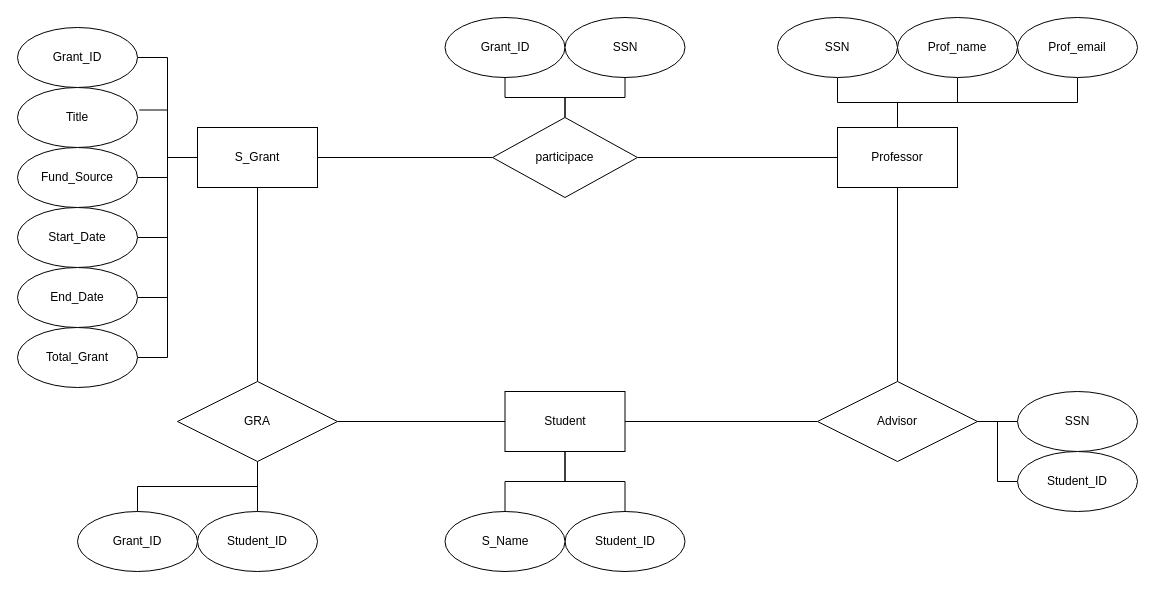
The draw.io diagram page "Page-4" (4 of 4) of Untitled Diagram.drawio in yumilor/yumilor, before the edit. Source tidied: cells renumbered, new cells numbered last; positions are measured from the earlier drawing's top-left corner, leaving out a move shared by most shapes. Both pictures are drawn from the tidied source at 100%, with x=0, y=0 at pixel (17, 17).
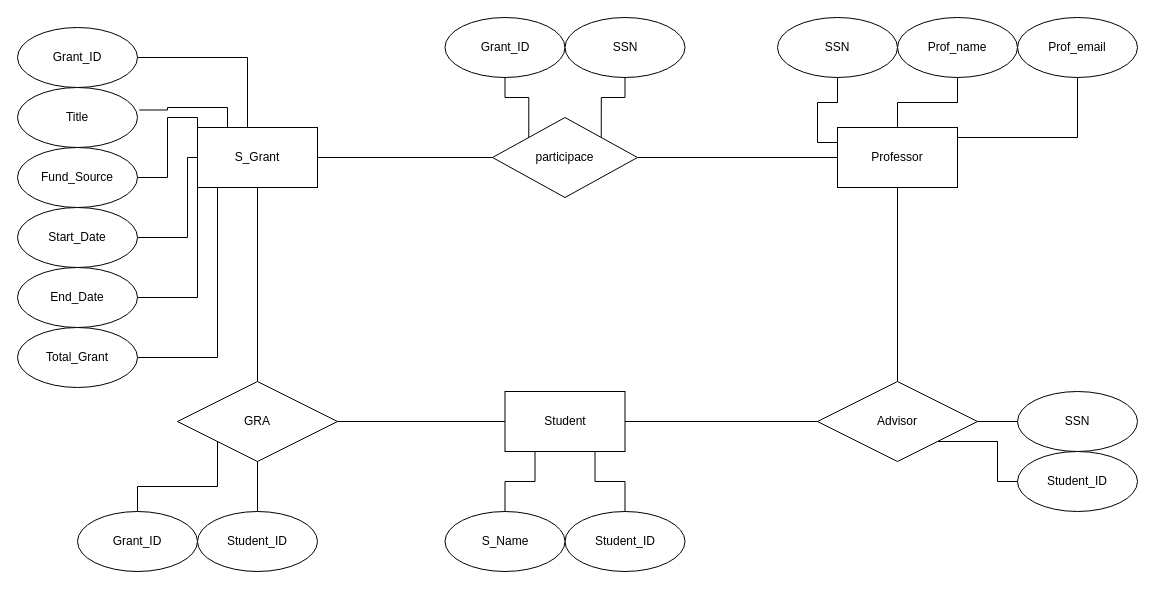
The same page after the edit.

The change refers to these unchanged cells:
```xml
<mxCell id="10" value="S_Grant" style="rounded=0;whiteSpace=wrap;html=1;" parent="1" vertex="1">
  <mxGeometry x="180" y="110" width="120" height="60" as="geometry" />
</mxCell>
<mxCell id="11" value="Grant_ID" style="ellipse;whiteSpace=wrap;html=1;rounded=0;" parent="1" vertex="1">
  <mxGeometry y="10" width="120" height="60" as="geometry" />
</mxCell>
<mxCell id="12" value="Title" style="ellipse;whiteSpace=wrap;html=1;rounded=0;" parent="1" vertex="1">
  <mxGeometry y="70" width="120" height="60" as="geometry" />
</mxCell>
<mxCell id="13" value="Fund_Source" style="ellipse;whiteSpace=wrap;html=1;rounded=0;" parent="1" vertex="1">
  <mxGeometry y="130" width="120" height="60" as="geometry" />
</mxCell>
<mxCell id="14" value="Start_Date" style="ellipse;whiteSpace=wrap;html=1;rounded=0;" parent="1" vertex="1">
  <mxGeometry y="190" width="120" height="60" as="geometry" />
</mxCell>
<mxCell id="15" value="End_Date" style="ellipse;whiteSpace=wrap;html=1;rounded=0;" parent="1" vertex="1">
  <mxGeometry y="250" width="120" height="60" as="geometry" />
</mxCell>
<mxCell id="16" value="Total_Grant" style="ellipse;whiteSpace=wrap;html=1;rounded=0;" parent="1" vertex="1">
  <mxGeometry y="310" width="120" height="60" as="geometry" />
</mxCell>
<mxCell id="20" value="participace" style="rhombus;whiteSpace=wrap;html=1;rounded=0;" parent="1" vertex="1">
  <mxGeometry x="475" y="100" width="145" height="80" as="geometry" />
</mxCell>
<mxCell id="21" value="Grant_ID" style="ellipse;whiteSpace=wrap;html=1;rounded=0;" parent="1" vertex="1">
  <mxGeometry x="427.5" width="120" height="60" as="geometry" />
</mxCell>
<mxCell id="22" value="SSN" style="ellipse;whiteSpace=wrap;html=1;rounded=0;" parent="1" vertex="1">
  <mxGeometry x="547.5" width="120" height="60" as="geometry" />
</mxCell>
<mxCell id="27" value="Professor" style="whiteSpace=wrap;html=1;rounded=0;" parent="1" vertex="1">
  <mxGeometry x="820" y="110" width="120" height="60" as="geometry" />
</mxCell>
<mxCell id="28" value="SSN" style="ellipse;whiteSpace=wrap;html=1;rounded=0;" parent="1" vertex="1">
  <mxGeometry x="760" width="120" height="60" as="geometry" />
</mxCell>
<mxCell id="30" value="Prof_email" style="ellipse;whiteSpace=wrap;html=1;rounded=0;" parent="1" vertex="1">
  <mxGeometry x="1000" width="120" height="60" as="geometry" />
</mxCell>
<mxCell id="34" value="Advisor" style="rhombus;whiteSpace=wrap;html=1;rounded=0;" parent="1" vertex="1">
  <mxGeometry x="800" y="364" width="160" height="80" as="geometry" />
</mxCell>
<mxCell id="36" value="Student_ID" style="ellipse;whiteSpace=wrap;html=1;rounded=0;" parent="1" vertex="1">
  <mxGeometry x="1000" y="434" width="120" height="60" as="geometry" />
</mxCell>
<mxCell id="39" value="Student" style="whiteSpace=wrap;html=1;rounded=0;" parent="1" vertex="1">
  <mxGeometry x="487.5" y="374" width="120" height="60" as="geometry" />
</mxCell>
<mxCell id="40" value="Student_ID" style="ellipse;whiteSpace=wrap;html=1;rounded=0;" parent="1" vertex="1">
  <mxGeometry x="547.5" y="494" width="120" height="60" as="geometry" />
</mxCell>
<mxCell id="41" value="S_Name" style="ellipse;whiteSpace=wrap;html=1;rounded=0;" parent="1" vertex="1">
  <mxGeometry x="427.5" y="494" width="120" height="60" as="geometry" />
</mxCell>
<mxCell id="45" value="GRA" style="rhombus;whiteSpace=wrap;html=1;rounded=0;" parent="1" vertex="1">
  <mxGeometry x="160" y="364" width="160" height="80" as="geometry" />
</mxCell>
<mxCell id="47" value="Grant_ID" style="ellipse;whiteSpace=wrap;html=1;rounded=0;" parent="1" vertex="1">
  <mxGeometry x="60" y="494" width="120" height="60" as="geometry" />
</mxCell>
```

What changed in the source:
```diff
@@
-    <mxCell id="2" style="edgeStyle=orthogonalEdgeStyle;rounded=0;jettySize=auto;html=1;endArrow=none;endFill=0;" parent="1" edge="1" source="10" target="11">
+    <mxCell id="2" style="edgeStyle=orthogonalEdgeStyle;rounded=0;jettySize=auto;html=1;endArrow=none;endFill=0;exitX=0.5;exitY=0;exitDx=0;exitDy=0;" parent="1" edge="1" source="10" target="11">
       <mxGeometry relative="1" as="geometry">
         <Array as="points">
-          <mxPoint x="150" y="140" />
-          <mxPoint x="150" y="40" />
+          <mxPoint x="240" y="140" />
+          <mxPoint x="230" y="140" />
+          <mxPoint x="230" y="40" />
         </Array>
       </mxGeometry>
     </mxCell>
-    <mxCell id="3" style="edgeStyle=orthogonalEdgeStyle;rounded=0;jettySize=auto;html=1;entryX=1.015;entryY=0.375;entryDx=0;entryDy=0;entryPerimeter=0;endArrow=none;endFill=0;" parent="1" edge="1" source="10" target="12">
+    <mxCell id="3" style="edgeStyle=orthogonalEdgeStyle;rounded=0;jettySize=auto;html=1;entryX=1.015;entryY=0.375;entryDx=0;entryDy=0;entryPerimeter=0;endArrow=none;endFill=0;exitX=0.25;exitY=0;exitDx=0;exitDy=0;" parent="1" edge="1" source="10" target="12">
       <mxGeometry relative="1" as="geometry" />
     </mxCell>
-    <mxCell id="4" style="edgeStyle=orthogonalEdgeStyle;rounded=0;jettySize=auto;html=1;entryX=1;entryY=0.5;entryDx=0;entryDy=0;endArrow=none;endFill=0;" parent="1" edge="1" source="10" target="13">
-      <mxGeometry relative="1" as="geometry" />
+    <mxCell id="4" style="edgeStyle=orthogonalEdgeStyle;rounded=0;jettySize=auto;html=1;entryX=1;entryY=0.5;entryDx=0;entryDy=0;endArrow=none;endFill=0;exitX=0;exitY=0;exitDx=0;exitDy=0;" parent="1" edge="1" source="10" target="13">
+      <mxGeometry relative="1" as="geometry">
+        <Array as="points">
+          <mxPoint x="180" y="100" />
+          <mxPoint x="150" y="100" />
+          <mxPoint x="150" y="160" />
+        </Array>
+      </mxGeometry>
     </mxCell>
     <mxCell id="5" style="edgeStyle=orthogonalEdgeStyle;rounded=0;jettySize=auto;html=1;entryX=1;entryY=0.5;entryDx=0;entryDy=0;endArrow=none;endFill=0;" parent="1" edge="1" source="10" target="14">
-      <mxGeometry relative="1" as="geometry" />
+      <mxGeometry relative="1" as="geometry">
+        <Array as="points">
+          <mxPoint x="170" y="140" />
+          <mxPoint x="170" y="220" />
+        </Array>
+      </mxGeometry>
     </mxCell>
-    <mxCell id="6" style="edgeStyle=orthogonalEdgeStyle;rounded=0;jettySize=auto;html=1;entryX=1;entryY=0.5;entryDx=0;entryDy=0;endArrow=none;endFill=0;" parent="1" edge="1" source="10" target="15">
+    <mxCell id="6" style="edgeStyle=orthogonalEdgeStyle;rounded=0;jettySize=auto;html=1;entryX=1;entryY=0.5;entryDx=0;entryDy=0;endArrow=none;endFill=0;exitX=0;exitY=1;exitDx=0;exitDy=0;" parent="1" edge="1" source="10" target="15">
       <mxGeometry relative="1" as="geometry" />
     </mxCell>
     <mxCell id="7" style="edgeStyle=orthogonalEdgeStyle;rounded=0;jettySize=auto;html=1;entryX=1;entryY=0.5;entryDx=0;entryDy=0;endArrow=none;endFill=0;" parent="1" edge="1" source="10" target="16">
-      <mxGeometry relative="1" as="geometry" />
+      <mxGeometry relative="1" as="geometry">
+        <Array as="points">
+          <mxPoint x="200" y="340" />
+        </Array>
+      </mxGeometry>
     </mxCell>
@@
-    <mxCell id="17" style="edgeStyle=orthogonalEdgeStyle;rounded=0;jettySize=auto;html=1;endArrow=none;endFill=0;" parent="1" edge="1" source="20" target="21">
+    <mxCell id="17" style="edgeStyle=orthogonalEdgeStyle;rounded=0;jettySize=auto;html=1;endArrow=none;endFill=0;exitX=0;exitY=0;exitDx=0;exitDy=0;" parent="1" edge="1" source="20" target="21">
       <mxGeometry relative="1" as="geometry" />
     </mxCell>
-    <mxCell id="18" style="edgeStyle=orthogonalEdgeStyle;rounded=0;jettySize=auto;html=1;endArrow=none;endFill=0;" parent="1" edge="1" source="20" target="22">
+    <mxCell id="18" style="edgeStyle=orthogonalEdgeStyle;rounded=0;jettySize=auto;html=1;endArrow=none;endFill=0;exitX=1;exitY=0;exitDx=0;exitDy=0;" parent="1" edge="1" source="20" target="22">
       <mxGeometry relative="1" as="geometry" />
     </mxCell>
@@
-    <mxCell id="23" style="edgeStyle=orthogonalEdgeStyle;rounded=0;jettySize=auto;html=1;endArrow=none;endFill=0;" parent="1" edge="1" source="27" target="28">
+    <mxCell id="23" style="edgeStyle=orthogonalEdgeStyle;rounded=0;jettySize=auto;html=1;endArrow=none;endFill=0;exitX=0;exitY=0.25;exitDx=0;exitDy=0;" parent="1" edge="1" source="27" target="28">
       <mxGeometry relative="1" as="geometry" />
     </mxCell>
@@
-    <mxCell id="25" style="edgeStyle=orthogonalEdgeStyle;rounded=0;jettySize=auto;html=1;endArrow=none;endFill=0;entryX=0.5;entryY=1;entryDx=0;entryDy=0;" parent="1" edge="1" target="30">
+    <mxCell id="25" style="edgeStyle=orthogonalEdgeStyle;rounded=0;jettySize=auto;html=1;endArrow=none;endFill=0;entryX=0.5;entryY=1;entryDx=0;entryDy=0;exitX=1;exitY=0.25;exitDx=0;exitDy=0;" parent="1" edge="1" source="27" target="30">
       <mxGeometry relative="1" as="geometry">
-        <mxPoint x="880" y="115" as="sourcePoint" />
         <Array as="points">
-          <mxPoint x="880" y="85" />
-          <mxPoint x="1060" y="85" />
+          <mxPoint x="880" y="125" />
+          <mxPoint x="880" y="120" />
+          <mxPoint x="1060" y="120" />
         </Array>
       </mxGeometry>
     </mxCell>
@@
-    <mxCell id="32" style="edgeStyle=orthogonalEdgeStyle;rounded=0;jettySize=auto;html=1;endArrow=none;endFill=0;" parent="1" edge="1" source="34" target="36">
+    <mxCell id="32" style="edgeStyle=orthogonalEdgeStyle;rounded=0;jettySize=auto;html=1;endArrow=none;endFill=0;exitX=1;exitY=1;exitDx=0;exitDy=0;" parent="1" edge="1" source="34" target="36">
       <mxGeometry relative="1" as="geometry" />
     </mxCell>
@@
-    <mxCell id="37" style="edgeStyle=orthogonalEdgeStyle;rounded=0;jettySize=auto;html=1;endArrow=none;endFill=0;" parent="1" edge="1" source="39" target="40">
+    <mxCell id="37" style="edgeStyle=orthogonalEdgeStyle;rounded=0;jettySize=auto;html=1;endArrow=none;endFill=0;exitX=0.75;exitY=1;exitDx=0;exitDy=0;" parent="1" edge="1" source="39" target="40">
       <mxGeometry relative="1" as="geometry" />
     </mxCell>
-    <mxCell id="38" style="edgeStyle=orthogonalEdgeStyle;rounded=0;jettySize=auto;html=1;endArrow=none;endFill=0;" parent="1" edge="1" source="39" target="41">
+    <mxCell id="38" style="edgeStyle=orthogonalEdgeStyle;rounded=0;jettySize=auto;html=1;endArrow=none;endFill=0;exitX=0.25;exitY=1;exitDx=0;exitDy=0;" parent="1" edge="1" source="39" target="41">
       <mxGeometry relative="1" as="geometry" />
     </mxCell>
@@
-    <mxCell id="44" style="edgeStyle=orthogonalEdgeStyle;rounded=0;jettySize=auto;html=1;endArrow=none;endFill=0;" parent="1" edge="1" source="45" target="47">
+    <mxCell id="44" style="edgeStyle=orthogonalEdgeStyle;rounded=0;jettySize=auto;html=1;endArrow=none;endFill=0;exitX=0;exitY=1;exitDx=0;exitDy=0;" parent="1" edge="1" source="45" target="47">
       <mxGeometry relative="1" as="geometry" />
     </mxCell>
```
